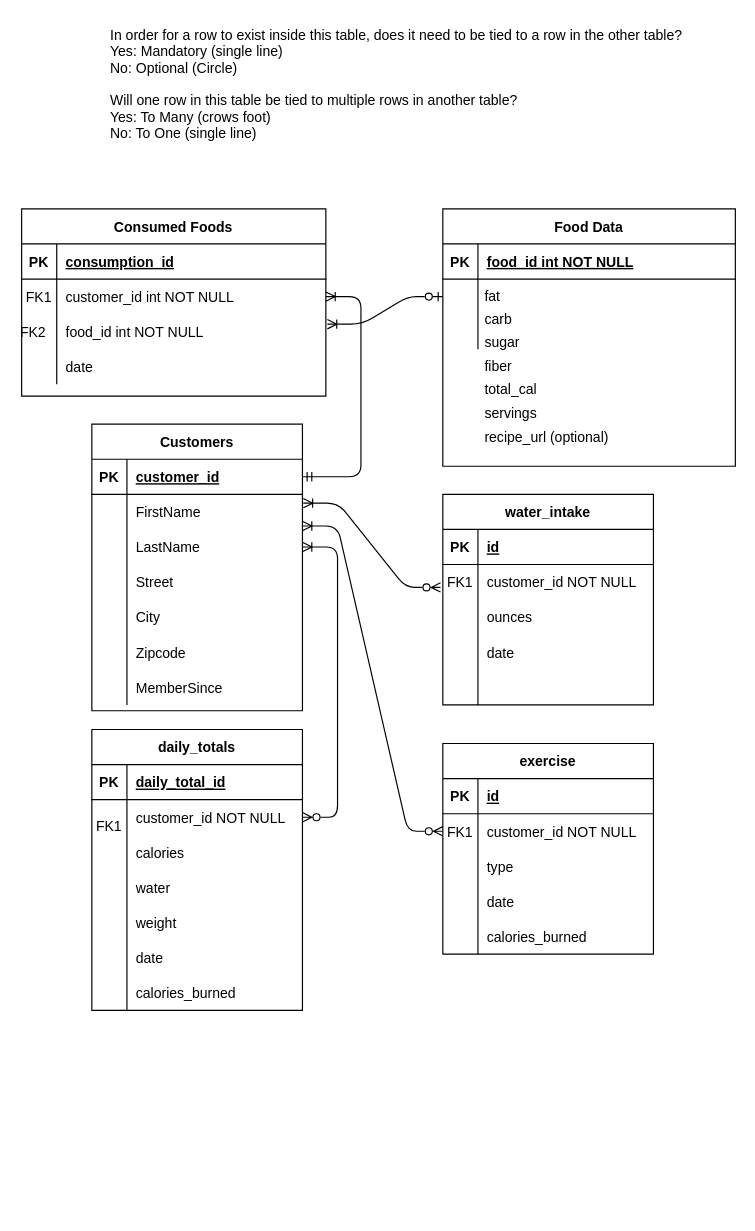
Above: documents/MakroTrak ERD.drawio in alex-colvin/MakroTrak (draw.io), before the change. Source tidied: cells renumbered, new cells numbered last; positions are measured from the earlier drawing's top-left corner, leaving out a move shared by most shapes. Both pictures are drawn from the tidied source at 117%, with x=0, y=0 at pixel (21, 19).
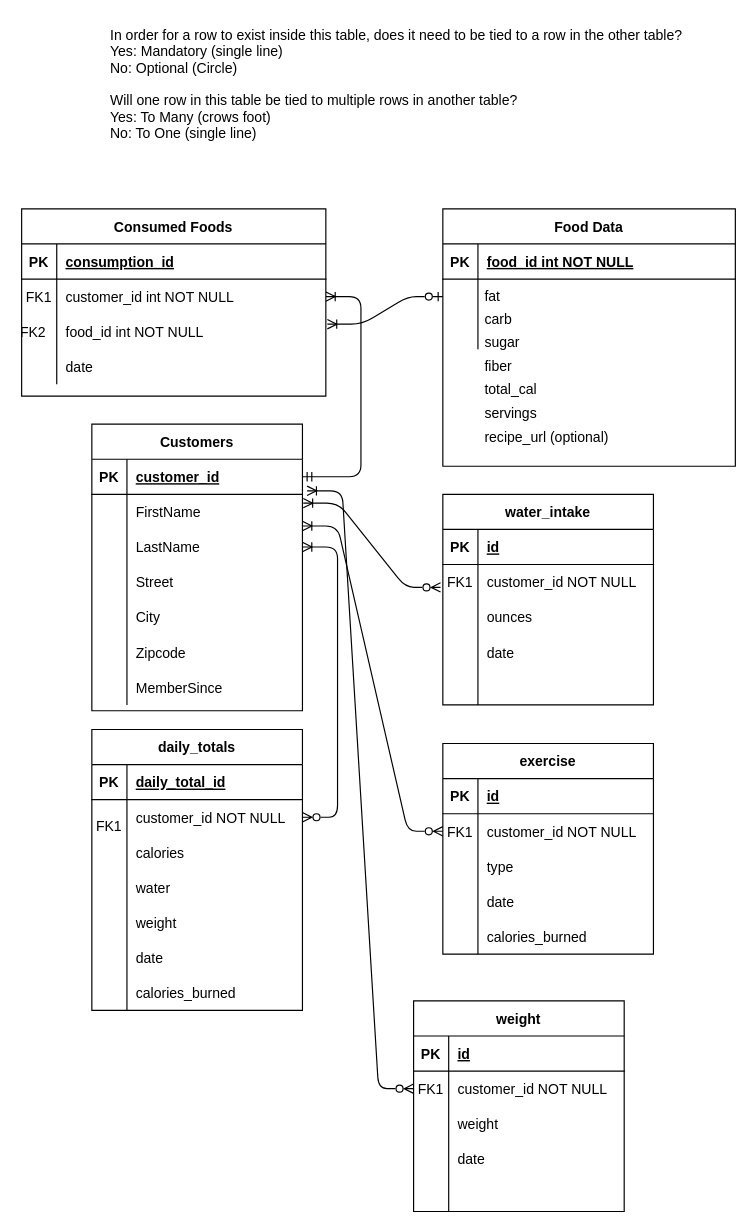
Above is the later version.

Unchanged cells that the change refers to:
```xml
<mxCell id="20" style="shape=tableRow;horizontal=0;startSize=0;swimlaneHead=0;swimlaneBody=0;fillColor=none;points=[[0,0.5],[1,0.5]];portConstraint=eastwest;top=0;left=0;right=0;bottom=1;" parent="19" vertex="1">
  <mxGeometry y="30" width="180" height="30" as="geometry" />
</mxCell>
```

Change to the diagram source:
```diff
@@
+    <mxCell id="114" value="weight" style="shape=table;startSize=30;childLayout=tableLayout;rowLines=0;fontStyle=1;align=center;" parent="1" vertex="1">
+      <mxGeometry x="335" y="839" width="180" height="180" as="geometry" />
+    </mxCell>
+    <mxCell id="115" style="shape=tableRow;horizontal=0;startSize=0;swimlaneHead=0;swimlaneBody=0;fillColor=none;top=0;left=0;right=0;bottom=1;" parent="114" vertex="1">
+      <mxGeometry y="30" width="180" height="30" as="geometry" />
+    </mxCell>
+    <mxCell id="116" value="PK" style="shape=partialRectangle;fillColor=none;top=0;left=0;bottom=0;right=0;fontStyle=1;overflow=hidden;" parent="115" vertex="1">
+      <mxGeometry width="30" height="30" as="geometry" />
+    </mxCell>
+    <mxCell id="117" value="id" style="shape=partialRectangle;fillColor=none;top=0;left=0;bottom=0;right=0;align=left;spacingLeft=6;fontStyle=5;overflow=hidden;" parent="115" vertex="1">
+      <mxGeometry x="30" width="150" height="30" as="geometry" />
+    </mxCell>
+    <mxCell id="118" style="shape=tableRow;horizontal=0;startSize=0;swimlaneHead=0;swimlaneBody=0;fillColor=none;points=[[0,0.5],[1,0.5]];portConstraint=eastwest;top=0;left=0;right=0;bottom=0;" parent="114" vertex="1">
+      <mxGeometry y="60" width="180" height="30" as="geometry" />
+    </mxCell>
+    <mxCell id="119" value="FK1" style="shape=partialRectangle;fillColor=none;top=0;left=0;bottom=0;right=0;overflow=hidden;" parent="118" vertex="1">
+      <mxGeometry width="30" height="30" as="geometry" />
+    </mxCell>
+    <mxCell id="120" value="customer_id NOT NULL" style="shape=partialRectangle;fillColor=none;top=0;left=0;bottom=0;right=0;align=left;spacingLeft=6;overflow=hidden;" parent="118" vertex="1">
+      <mxGeometry x="30" width="150" height="30" as="geometry" />
+    </mxCell>
+    <mxCell id="121" style="shape=tableRow;horizontal=0;startSize=0;swimlaneHead=0;swimlaneBody=0;fillColor=none;top=0;left=0;right=0;bottom=0;" parent="114" vertex="1">
+      <mxGeometry y="90" width="180" height="30" as="geometry" />
+    </mxCell>
+    <mxCell id="122" style="shape=partialRectangle;fillColor=none;top=0;left=0;bottom=0;right=0;overflow=hidden;" parent="121" vertex="1">
+      <mxGeometry width="30" height="30" as="geometry" />
+    </mxCell>
+    <mxCell id="123" value="weight" style="shape=partialRectangle;fillColor=none;top=0;left=0;bottom=0;right=0;align=left;spacingLeft=6;overflow=hidden;" parent="121" vertex="1">
+      <mxGeometry x="30" width="150" height="30" as="geometry" />
+    </mxCell>
+    <mxCell id="124" style="shape=tableRow;horizontal=0;startSize=0;swimlaneHead=0;swimlaneBody=0;fillColor=none;top=0;left=0;right=0;bottom=0;" parent="114" vertex="1">
+      <mxGeometry y="120" width="180" height="30" as="geometry" />
+    </mxCell>
+    <mxCell id="125" style="shape=partialRectangle;fillColor=none;top=0;left=0;bottom=0;right=0;overflow=hidden;" parent="124" vertex="1">
+      <mxGeometry width="30" height="30" as="geometry" />
+    </mxCell>
+    <mxCell id="126" value="date" style="shape=partialRectangle;fillColor=none;top=0;left=0;bottom=0;right=0;align=left;spacingLeft=6;overflow=hidden;" parent="124" vertex="1">
+      <mxGeometry x="30" width="150" height="30" as="geometry" />
+    </mxCell>
+    <mxCell id="127" style="shape=tableRow;horizontal=0;startSize=0;swimlaneHead=0;swimlaneBody=0;fillColor=none;top=0;left=0;right=0;bottom=0;" parent="114" vertex="1">
+      <mxGeometry y="150" width="180" height="30" as="geometry" />
+    </mxCell>
+    <mxCell id="128" style="shape=partialRectangle;fillColor=none;top=0;left=0;bottom=0;right=0;overflow=hidden;" parent="127" vertex="1">
+      <mxGeometry width="30" height="30" as="geometry" />
+    </mxCell>
+    <mxCell id="129" style="shape=partialRectangle;fillColor=none;top=0;left=0;bottom=0;right=0;align=left;spacingLeft=6;overflow=hidden;" parent="127" vertex="1">
+      <mxGeometry x="30" width="150" height="30" as="geometry" />
+    </mxCell>
+    <mxCell id="130" style="edgeStyle=entityRelationEdgeStyle;endArrow=ERzeroToMany;startArrow=ERoneToMany;endFill=0;startFill=0;exitX=1.022;exitY=0.9;exitDx=0;exitDy=0;exitPerimeter=0;entryX=0;entryY=0.5;entryDx=0;entryDy=0;" parent="1" edge="1" source="20" target="118">
+      <mxGeometry relative="1" as="geometry" />
+    </mxCell>
```
